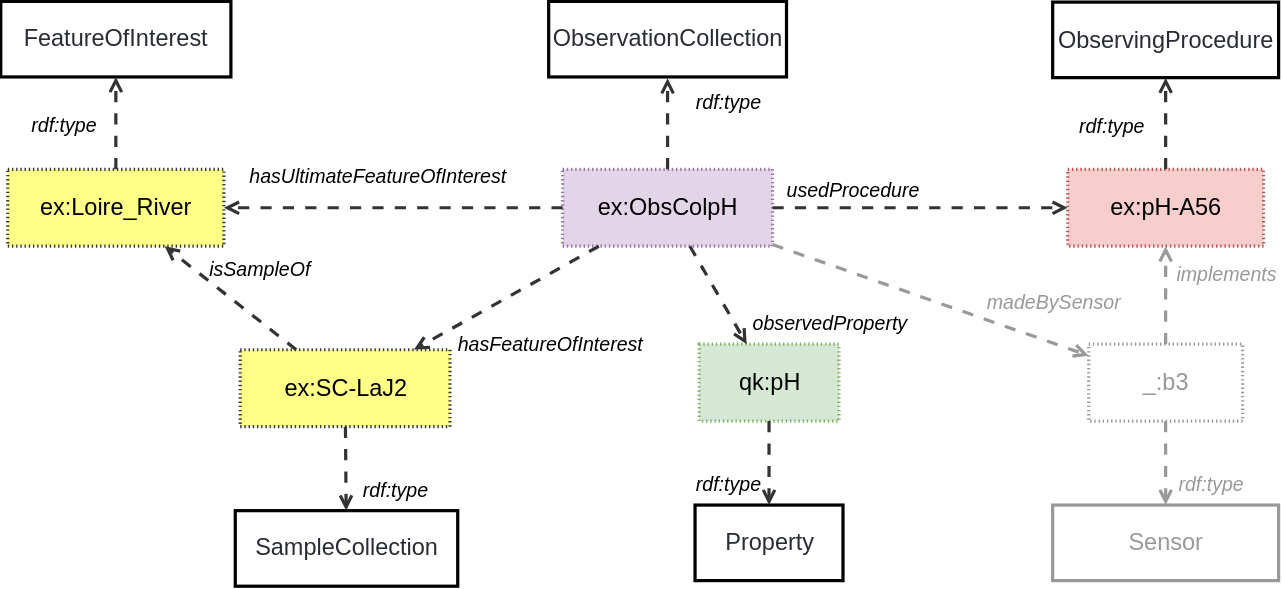
The draw.io diagram ssn/images/PlannedObservationCollection.svg in w3c/sdw-sosa-ssn, before a commit. Source tidied: cells renumbered, new cells last; positions are measured from the earlier drawing's top-left corner, leaving out a move shared by most shapes. The source it was exported from:
```xml
<mxGraphModel>
  <root>
    <mxCell id="0" />
    <mxCell id="1" parent="0" />
    <mxCell id="2" value="ex:ObsColpH" style="html=1;overflow=block;blockSpacing=1;whiteSpace=wrap;fontSize=16.8;align=center;spacing=0;strokeOpacity=100;fillColor=#e1d5e7;dashed=1;fixDash=1;dashPattern=1 2;strokeWidth=2.3;strokeColor=#9673a6;" parent="1" vertex="1">
      <mxGeometry x="402" y="120" width="150" height="55" as="geometry" />
    </mxCell>
    <mxCell id="3" value="ObservationCollection" style="html=1;overflow=block;blockSpacing=1;whiteSpace=wrap;fontSize=16.8;fontColor=#282c33;align=center;spacing=0;strokeOpacity=100;fillColor=none;strokeWidth=2.3;" parent="1" vertex="1">
      <mxGeometry x="392" width="170" height="54" as="geometry" />
    </mxCell>
    <mxCell id="4" style="html=1;jettySize=18;whiteSpace=wrap;fontSize=13;strokeColor=#333333;strokeOpacity=100;dashed=1;fixDash=1;dashPattern=8 8;strokeWidth=2.3;rounded=1;arcSize=24;edgeStyle=orthogonalEdgeStyle;startArrow=none;endArrow=open;exitX=0.5;exitY=0;entryX=0.5;entryY=1.016;entryPerimeter=0;lucidId=NyNQDuX1wnY7;exitDx=0;exitDy=0;" parent="1" edge="1" source="2" target="3">
      <mxGeometry relative="1" as="geometry" />
    </mxCell>
    <mxCell id="5" value="rdf:type" style="html=1;overflow=block;blockSpacing=1;whiteSpace=wrap;fontSize=14;fontStyle=2;align=center;spacing=0;strokeColor=none;strokeOpacity=100;fillOpacity=100;fillColor=none;strokeWidth=2.3;lucidId=ZyNQdXScJ7d8;" parent="1" vertex="1">
      <mxGeometry x="483" y="57" width="75" height="30" as="geometry" />
    </mxCell>
    <mxCell id="6" value="ex:Loire_River" style="html=1;overflow=block;blockSpacing=1;whiteSpace=wrap;fontSize=16.8;align=center;spacing=0;strokeOpacity=100;fillColor=#ffff88;dashed=1;fixDash=1;dashPattern=1 2;strokeWidth=2.3;strokeColor=#36393d;" parent="1" vertex="1">
      <mxGeometry x="5.4" y="120" width="154.5" height="55" as="geometry" />
    </mxCell>
    <mxCell id="7" style="html=1;jettySize=18;whiteSpace=wrap;fontSize=13;strokeColor=#333333;strokeOpacity=100;dashed=1;fixDash=1;dashPattern=8 8;strokeWidth=2.3;rounded=0;arcSize=24;startArrow=none;endArrow=open;lucidId=a.MQUB3mGXbf;exitX=0;exitY=0.5;exitDx=0;exitDy=0;" parent="1" edge="1" source="2" target="6">
      <mxGeometry relative="1" as="geometry" />
    </mxCell>
    <mxCell id="8" value="hasUltimateFeatureOfInterest" style="html=1;overflow=block;blockSpacing=1;whiteSpace=wrap;fontSize=14;fontStyle=2;align=center;spacing=0;strokeColor=none;strokeOpacity=100;fillOpacity=100;fillColor=none;strokeWidth=2.3;lucidId=a.MQIzYVmevB;" parent="1" vertex="1">
      <mxGeometry x="178" y="110" width="75" height="30" as="geometry" />
    </mxCell>
    <mxCell id="9" value="FeatureOfInterest" style="html=1;overflow=block;blockSpacing=1;whiteSpace=wrap;fontSize=16.8;fontColor=#282c33;align=center;spacing=0;strokeOpacity=100;fillColor=none;strokeWidth=2.3;" parent="1" vertex="1">
      <mxGeometry x="0.4" width="164.5" height="54" as="geometry" />
    </mxCell>
    <mxCell id="10" value="rdf:type" style="html=1;overflow=block;blockSpacing=1;whiteSpace=wrap;fontSize=14;fontStyle=2;align=center;spacing=0;strokeColor=none;strokeOpacity=100;fillOpacity=100;fillColor=none;strokeWidth=2.3;lucidId=-xNQJ~mzVZk9;" parent="1" vertex="1">
      <mxGeometry x="7.9" y="73" width="75" height="30" as="geometry" />
    </mxCell>
    <mxCell id="11" style="html=1;jettySize=18;whiteSpace=wrap;fontSize=13;strokeColor=#333333;strokeOpacity=100;dashed=1;fixDash=1;dashPattern=8 8;strokeWidth=2.3;rounded=0;startArrow=none;endArrow=open;lucidId=XvNQ3zJcAKRb;" parent="1" edge="1" source="6" target="9">
      <mxGeometry relative="1" as="geometry" />
    </mxCell>
    <mxCell id="12" value="rdf:type" style="html=1;overflow=block;blockSpacing=1;whiteSpace=wrap;fontSize=14;fontStyle=2;align=center;spacing=0;strokeColor=none;strokeOpacity=100;fillOpacity=100;fillColor=none;strokeWidth=2.3;lucidId=ZyNQdXScJ7d8;" parent="1" vertex="1">
      <mxGeometry x="756.5" y="73.5" width="75" height="30" as="geometry" />
    </mxCell>
    <mxCell id="13" style="html=1;jettySize=18;whiteSpace=wrap;fontSize=13;strokeColor=#333333;strokeOpacity=100;dashed=1;fixDash=1;dashPattern=8 8;strokeWidth=2.3;rounded=1;arcSize=24;startArrow=none;endArrow=open;lucidId=NyNQDuX1wnY7;" parent="1" edge="1" source="2" target="20">
      <mxGeometry relative="1" as="geometry" />
    </mxCell>
    <mxCell id="14" value="hasFeatureOfInterest" style="html=1;overflow=block;blockSpacing=1;whiteSpace=wrap;fontSize=14;fontStyle=2;align=center;spacing=0;strokeColor=none;strokeOpacity=100;fillOpacity=100;fillColor=none;strokeWidth=2.3;lucidId=a.MQIzYVmevB;" parent="1" vertex="1">
      <mxGeometry x="327" y="230" width="75" height="30" as="geometry" />
    </mxCell>
    <mxCell id="15" value="ex:pH-A56" style="html=1;overflow=block;blockSpacing=1;whiteSpace=wrap;fontSize=16.8;align=center;spacing=0;strokeOpacity=100;fillColor=#f8cecc;dashed=1;fixDash=1;dashPattern=1 2;strokeWidth=2.3;strokeColor=#b85450;" parent="1" vertex="1">
      <mxGeometry x="763" y="120" width="140" height="55" as="geometry" />
    </mxCell>
    <mxCell id="16" value="ObservingProcedure" style="html=1;overflow=block;blockSpacing=1;whiteSpace=wrap;fontSize=16.8;fontColor=#282c33;align=center;spacing=0;strokeOpacity=100;fillColor=none;strokeWidth=2.3;" parent="1" vertex="1">
      <mxGeometry x="752.2" y="0.5" width="161.5" height="54" as="geometry" />
    </mxCell>
    <mxCell id="17" style="html=1;jettySize=18;whiteSpace=wrap;fontSize=13;strokeColor=#333333;strokeOpacity=100;dashed=1;fixDash=1;dashPattern=8 8;strokeWidth=2.3;rounded=1;arcSize=24;startArrow=none;endArrow=open;lucidId=NyNQDuX1wnY7;" parent="1" edge="1" source="15" target="16">
      <mxGeometry relative="1" as="geometry" />
    </mxCell>
    <mxCell id="18" style="html=1;jettySize=18;whiteSpace=wrap;fontSize=13;strokeColor=#333333;strokeOpacity=100;dashed=1;fixDash=1;dashPattern=8 8;strokeWidth=2.3;rounded=1;arcSize=24;startArrow=none;endArrow=open;lucidId=NyNQDuX1wnY7;" parent="1" edge="1" source="2" target="15">
      <mxGeometry relative="1" as="geometry" />
    </mxCell>
    <mxCell id="19" value="usedProcedure" style="html=1;overflow=block;blockSpacing=1;whiteSpace=wrap;fontSize=14;fontStyle=2;align=center;spacing=0;strokeColor=none;strokeOpacity=100;fillOpacity=100;fillColor=none;strokeWidth=2.3;lucidId=ZyNQdXScJ7d8;" parent="1" vertex="1">
      <mxGeometry x="562" y="120" width="75" height="30" as="geometry" />
    </mxCell>
    <mxCell id="20" value="ex:SC-LaJ2" style="html=1;overflow=block;blockSpacing=1;whiteSpace=wrap;fontSize=16.8;align=center;spacing=0;strokeOpacity=100;fillColor=#ffff88;dashed=1;fixDash=1;dashPattern=1 2;strokeWidth=2.3;strokeColor=#36393d;" parent="1" vertex="1">
      <mxGeometry x="171.5" y="249" width="150" height="55" as="geometry" />
    </mxCell>
    <mxCell id="21" value="SampleCollection" style="html=1;overflow=block;blockSpacing=1;whiteSpace=wrap;fontSize=16.8;fontColor=#282c33;align=center;spacing=0;strokeOpacity=100;fillColor=none;strokeWidth=2.3;" parent="1" vertex="1">
      <mxGeometry x="168" y="364" width="159" height="54" as="geometry" />
    </mxCell>
    <mxCell id="22" style="html=1;jettySize=18;whiteSpace=wrap;fontSize=13;strokeColor=#333333;strokeOpacity=100;dashed=1;fixDash=1;dashPattern=8 8;strokeWidth=2.3;rounded=1;arcSize=24;startArrow=none;endArrow=open;lucidId=NyNQDuX1wnY7;" parent="1" edge="1" source="20" target="21">
      <mxGeometry relative="1" as="geometry" />
    </mxCell>
    <mxCell id="23" value="rdf:type" style="html=1;overflow=block;blockSpacing=1;whiteSpace=wrap;fontSize=14;fontStyle=2;align=center;spacing=0;strokeColor=none;strokeOpacity=100;fillOpacity=100;fillColor=none;strokeWidth=2.3;lucidId=ZyNQdXScJ7d8;" parent="1" vertex="1">
      <mxGeometry x="245.1" y="334" width="75" height="30" as="geometry" />
    </mxCell>
    <mxCell id="24" style="html=1;jettySize=18;whiteSpace=wrap;fontSize=13;strokeColor=#333333;strokeOpacity=100;dashed=1;fixDash=1;dashPattern=8 8;strokeWidth=2.3;rounded=1;arcSize=24;startArrow=none;endArrow=open;lucidId=NyNQDuX1wnY7;" parent="1" edge="1" source="20" target="6">
      <mxGeometry relative="1" as="geometry" />
    </mxCell>
    <mxCell id="25" value="isSampleOf" style="html=1;overflow=block;blockSpacing=1;whiteSpace=wrap;fontSize=14;fontStyle=2;align=center;spacing=0;strokeColor=none;strokeOpacity=100;fillOpacity=100;fillColor=none;strokeWidth=2.3;lucidId=ZyNQdXScJ7d8;" parent="1" vertex="1">
      <mxGeometry x="148" y="175.5" width="75" height="30" as="geometry" />
    </mxCell>
    <mxCell id="26" value="rdf:type" style="html=1;overflow=block;blockSpacing=1;whiteSpace=wrap;fontSize=14;fontStyle=2;align=center;spacing=0;strokeColor=none;strokeOpacity=100;fillOpacity=100;fillColor=none;strokeWidth=2.3;lucidId=ZyNQdXScJ7d8;" parent="1" vertex="1">
      <mxGeometry x="483" y="330" width="75" height="30" as="geometry" />
    </mxCell>
    <mxCell id="27" value="qk:pH" style="html=1;overflow=block;blockSpacing=1;whiteSpace=wrap;fontSize=16.8;align=center;spacing=0;strokeOpacity=100;fillColor=#d5e8d4;dashed=1;fixDash=1;dashPattern=1 2;strokeWidth=2.3;strokeColor=#82b366;" parent="1" vertex="1">
      <mxGeometry x="499.5" y="245" width="100" height="55" as="geometry" />
    </mxCell>
    <mxCell id="28" value="Property" style="html=1;overflow=block;blockSpacing=1;whiteSpace=wrap;fontSize=16.8;fontColor=#282c33;align=center;spacing=0;strokeOpacity=100;fillColor=none;strokeWidth=2.3;" parent="1" vertex="1">
      <mxGeometry x="496.6" y="360" width="105.8" height="54" as="geometry" />
    </mxCell>
    <mxCell id="29" style="html=1;jettySize=18;whiteSpace=wrap;fontSize=13;strokeColor=#333333;strokeOpacity=100;dashed=1;fixDash=1;dashPattern=8 8;strokeWidth=2.3;rounded=1;arcSize=24;startArrow=none;endArrow=open;lucidId=NyNQDuX1wnY7;" parent="1" edge="1" source="27" target="28">
      <mxGeometry relative="1" as="geometry" />
    </mxCell>
    <mxCell id="30" style="html=1;jettySize=18;whiteSpace=wrap;fontSize=13;strokeColor=#333333;strokeOpacity=100;dashed=1;fixDash=1;dashPattern=8 8;strokeWidth=2.3;rounded=1;arcSize=24;startArrow=none;endArrow=open;lucidId=NyNQDuX1wnY7;" parent="1" edge="1" source="2" target="27">
      <mxGeometry relative="1" as="geometry" />
    </mxCell>
    <mxCell id="31" value="observedProperty" style="html=1;overflow=block;blockSpacing=1;whiteSpace=wrap;fontSize=14;fontStyle=2;align=center;spacing=0;strokeColor=none;strokeOpacity=100;fillOpacity=100;fillColor=none;strokeWidth=2.3;lucidId=ZyNQdXScJ7d8;" parent="1" vertex="1">
      <mxGeometry x="528" y="215" width="130" height="30" as="geometry" />
    </mxCell>
    <mxCell id="32" value="rdf:type" style="html=1;overflow=block;blockSpacing=1;whiteSpace=wrap;fontSize=14;fontStyle=2;align=center;spacing=0;strokeColor=none;strokeOpacity=100;fillOpacity=100;fillColor=none;strokeWidth=2.3;lucidId=ZyNQdXScJ7d8;fontColor=#999999;" parent="1" vertex="1">
      <mxGeometry x="828" y="330" width="75" height="30" as="geometry" />
    </mxCell>
    <mxCell id="33" value="_:b3" style="html=1;overflow=block;blockSpacing=1;whiteSpace=wrap;fontSize=16.8;align=center;spacing=0;strokeOpacity=100;fillColor=none;dashed=1;fixDash=1;dashPattern=1 2;strokeWidth=2.3;strokeColor=#999999;fontColor=#999999;" parent="1" vertex="1">
      <mxGeometry x="778" y="245" width="110" height="55" as="geometry" />
    </mxCell>
    <mxCell id="34" value="Sensor" style="html=1;overflow=block;blockSpacing=1;whiteSpace=wrap;fontSize=16.8;fontColor=#999999;align=center;spacing=0;strokeOpacity=100;fillColor=none;strokeWidth=2.3;strokeColor=#999999;" parent="1" vertex="1">
      <mxGeometry x="752.2" y="360" width="161.5" height="54" as="geometry" />
    </mxCell>
    <mxCell id="35" style="html=1;jettySize=18;whiteSpace=wrap;fontSize=13;strokeColor=#999999;strokeOpacity=100;dashed=1;fixDash=1;dashPattern=8 8;strokeWidth=2.3;rounded=1;arcSize=24;startArrow=none;endArrow=open;lucidId=NyNQDuX1wnY7;fontColor=#999999;" parent="1" edge="1" source="33" target="34">
      <mxGeometry relative="1" as="geometry" />
    </mxCell>
    <mxCell id="36" style="html=1;jettySize=18;whiteSpace=wrap;fontSize=13;strokeColor=#999999;strokeOpacity=100;dashed=1;fixDash=1;dashPattern=8 8;strokeWidth=2.3;rounded=1;arcSize=24;startArrow=none;endArrow=open;lucidId=NyNQDuX1wnY7;fontColor=#999999;" parent="1" edge="1" source="33" target="15">
      <mxGeometry relative="1" as="geometry" />
    </mxCell>
    <mxCell id="37" value="implements" style="html=1;overflow=block;blockSpacing=1;whiteSpace=wrap;fontSize=14;fontStyle=2;align=center;spacing=0;strokeColor=none;strokeOpacity=100;fillOpacity=100;fillColor=none;strokeWidth=2.3;lucidId=ZyNQdXScJ7d8;fontColor=#999999;" parent="1" vertex="1">
      <mxGeometry x="838.8" y="180" width="75" height="30" as="geometry" />
    </mxCell>
    <mxCell id="38" style="html=1;jettySize=18;whiteSpace=wrap;fontSize=13;strokeColor=#999999;strokeOpacity=100;dashed=1;fixDash=1;dashPattern=8 8;strokeWidth=2.3;rounded=1;arcSize=24;startArrow=none;endArrow=open;lucidId=NyNQDuX1wnY7;fontColor=#999999;" parent="1" edge="1" source="2" target="33">
      <mxGeometry relative="1" as="geometry" />
    </mxCell>
    <mxCell id="39" value="madeBySensor" style="html=1;overflow=block;blockSpacing=1;whiteSpace=wrap;fontSize=14;fontStyle=2;align=center;spacing=0;strokeColor=none;strokeOpacity=100;fillOpacity=100;fillColor=none;strokeWidth=2.3;lucidId=ZyNQdXScJ7d8;fontColor=#999999;" parent="1" vertex="1">
      <mxGeometry x="688" y="200" width="130" height="30" as="geometry" />
    </mxCell>
  </root>
</mxGraphModel>
```
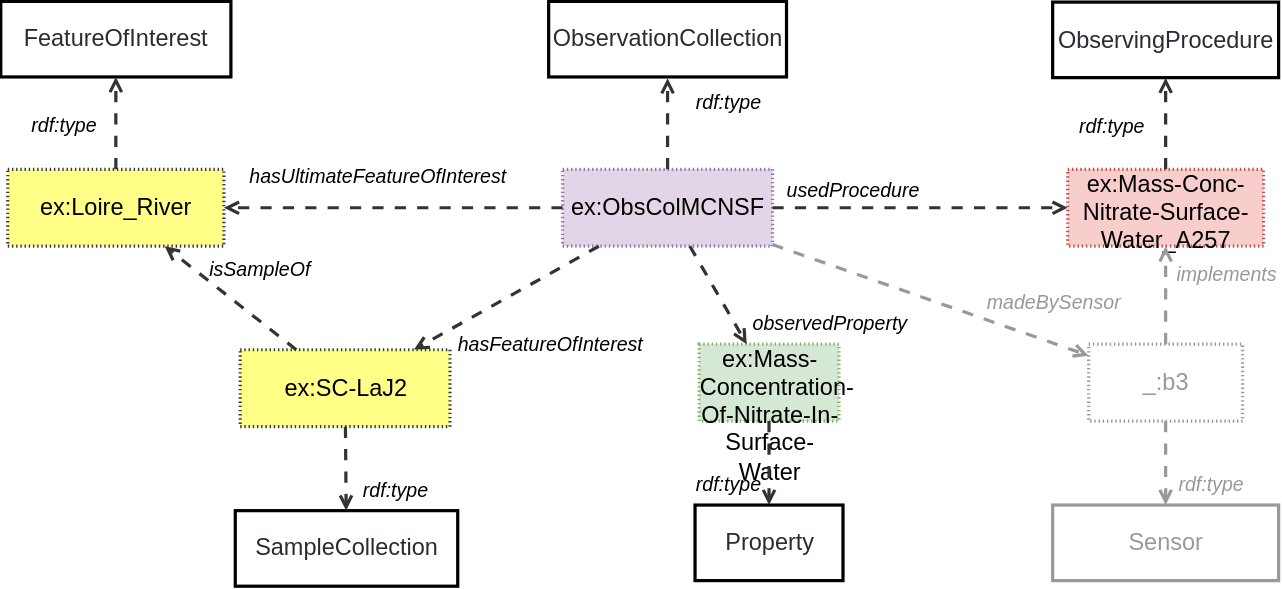
After the commit.

Change to the diagram source:
```diff
@@ -2,7 +2,7 @@
   <root>
     <mxCell id="0" />
     <mxCell id="1" parent="0" />
-    <mxCell id="2" value="ex:ObsColpH" style="html=1;overflow=block;blockSpacing=1;whiteSpace=wrap;fontSize=16.8;align=center;spacing=0;strokeOpacity=100;fillColor=#e1d5e7;dashed=1;fixDash=1;dashPattern=1 2;strokeWidth=2.3;strokeColor=#9673a6;" parent="1" vertex="1">
+    <mxCell id="2" value="ex:ObsColMCNSF" style="html=1;overflow=block;blockSpacing=1;whiteSpace=wrap;fontSize=16.8;align=center;spacing=0;strokeOpacity=100;fillColor=#e1d5e7;dashed=1;fixDash=1;dashPattern=1 2;strokeWidth=2.3;strokeColor=#9673a6;" parent="1" vertex="1">
       <mxGeometry x="402" y="120" width="150" height="55" as="geometry" />
     </mxCell>
     <mxCell id="3" value="ObservationCollection" style="html=1;overflow=block;blockSpacing=1;whiteSpace=wrap;fontSize=16.8;fontColor=#282c33;align=center;spacing=0;strokeOpacity=100;fillColor=none;strokeWidth=2.3;" parent="1" vertex="1">
@@ -41,7 +41,7 @@
     <mxCell id="14" value="hasFeatureOfInterest" style="html=1;overflow=block;blockSpacing=1;whiteSpace=wrap;fontSize=14;fontStyle=2;align=center;spacing=0;strokeColor=none;strokeOpacity=100;fillOpacity=100;fillColor=none;strokeWidth=2.3;lucidId=a.MQIzYVmevB;" parent="1" vertex="1">
       <mxGeometry x="327" y="230" width="75" height="30" as="geometry" />
     </mxCell>
-    <mxCell id="15" value="ex:pH-A56" style="html=1;overflow=block;blockSpacing=1;whiteSpace=wrap;fontSize=16.8;align=center;spacing=0;strokeOpacity=100;fillColor=#f8cecc;dashed=1;fixDash=1;dashPattern=1 2;strokeWidth=2.3;strokeColor=#b85450;" parent="1" vertex="1">
+    <mxCell id="15" value="ex:Mass-Conc-Nitrate-Surface-Water_A257" style="html=1;overflow=block;blockSpacing=1;whiteSpace=wrap;fontSize=16.8;align=center;spacing=0;strokeOpacity=100;fillColor=#f8cecc;dashed=1;fixDash=1;dashPattern=1 2;strokeWidth=2.3;strokeColor=#b85450;" parent="1" vertex="1">
       <mxGeometry x="763" y="120" width="140" height="55" as="geometry" />
     </mxCell>
     <mxCell id="16" value="ObservingProcedure" style="html=1;overflow=block;blockSpacing=1;whiteSpace=wrap;fontSize=16.8;fontColor=#282c33;align=center;spacing=0;strokeOpacity=100;fillColor=none;strokeWidth=2.3;" parent="1" vertex="1">
@@ -77,7 +77,7 @@
     <mxCell id="26" value="rdf:type" style="html=1;overflow=block;blockSpacing=1;whiteSpace=wrap;fontSize=14;fontStyle=2;align=center;spacing=0;strokeColor=none;strokeOpacity=100;fillOpacity=100;fillColor=none;strokeWidth=2.3;lucidId=ZyNQdXScJ7d8;" parent="1" vertex="1">
       <mxGeometry x="483" y="330" width="75" height="30" as="geometry" />
     </mxCell>
-    <mxCell id="27" value="qk:pH" style="html=1;overflow=block;blockSpacing=1;whiteSpace=wrap;fontSize=16.8;align=center;spacing=0;strokeOpacity=100;fillColor=#d5e8d4;dashed=1;fixDash=1;dashPattern=1 2;strokeWidth=2.3;strokeColor=#82b366;" parent="1" vertex="1">
+    <mxCell id="27" value="ex:Mass-Concentration-Of-Nitrate-In-Surface-Water" style="html=1;overflow=block;blockSpacing=1;whiteSpace=wrap;fontSize=16.8;align=center;spacing=0;strokeOpacity=100;fillColor=#d5e8d4;dashed=1;fixDash=1;dashPattern=1 2;strokeWidth=2.3;strokeColor=#82b366;" parent="1" vertex="1">
       <mxGeometry x="499.5" y="245" width="100" height="55" as="geometry" />
     </mxCell>
     <mxCell id="28" value="Property" style="html=1;overflow=block;blockSpacing=1;whiteSpace=wrap;fontSize=16.8;fontColor=#282c33;align=center;spacing=0;strokeOpacity=100;fillColor=none;strokeWidth=2.3;" parent="1" vertex="1">
```
